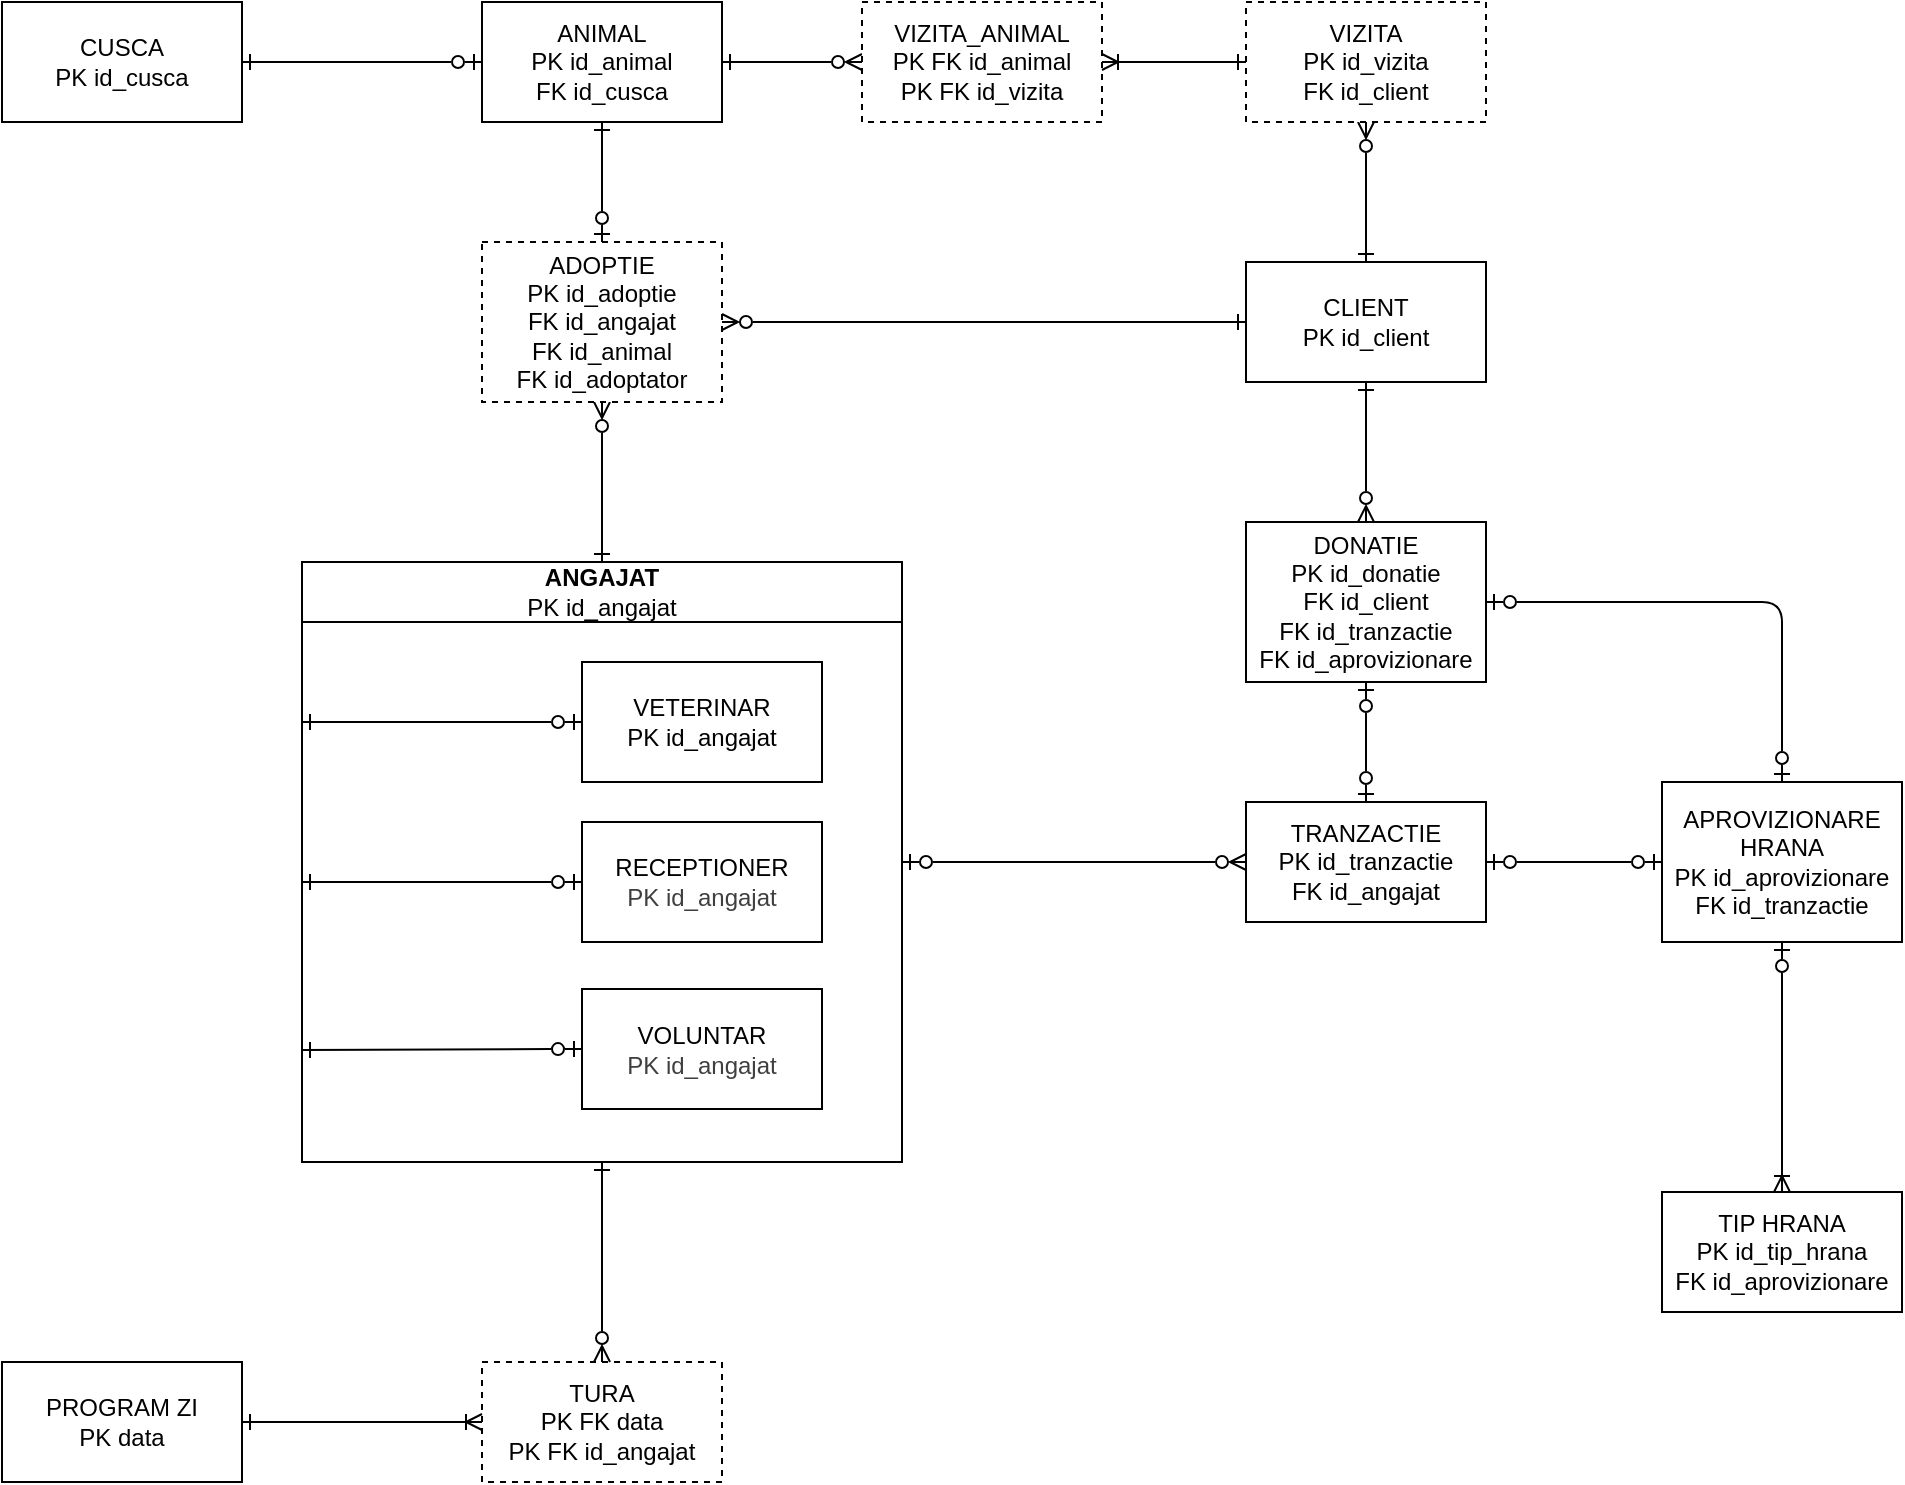
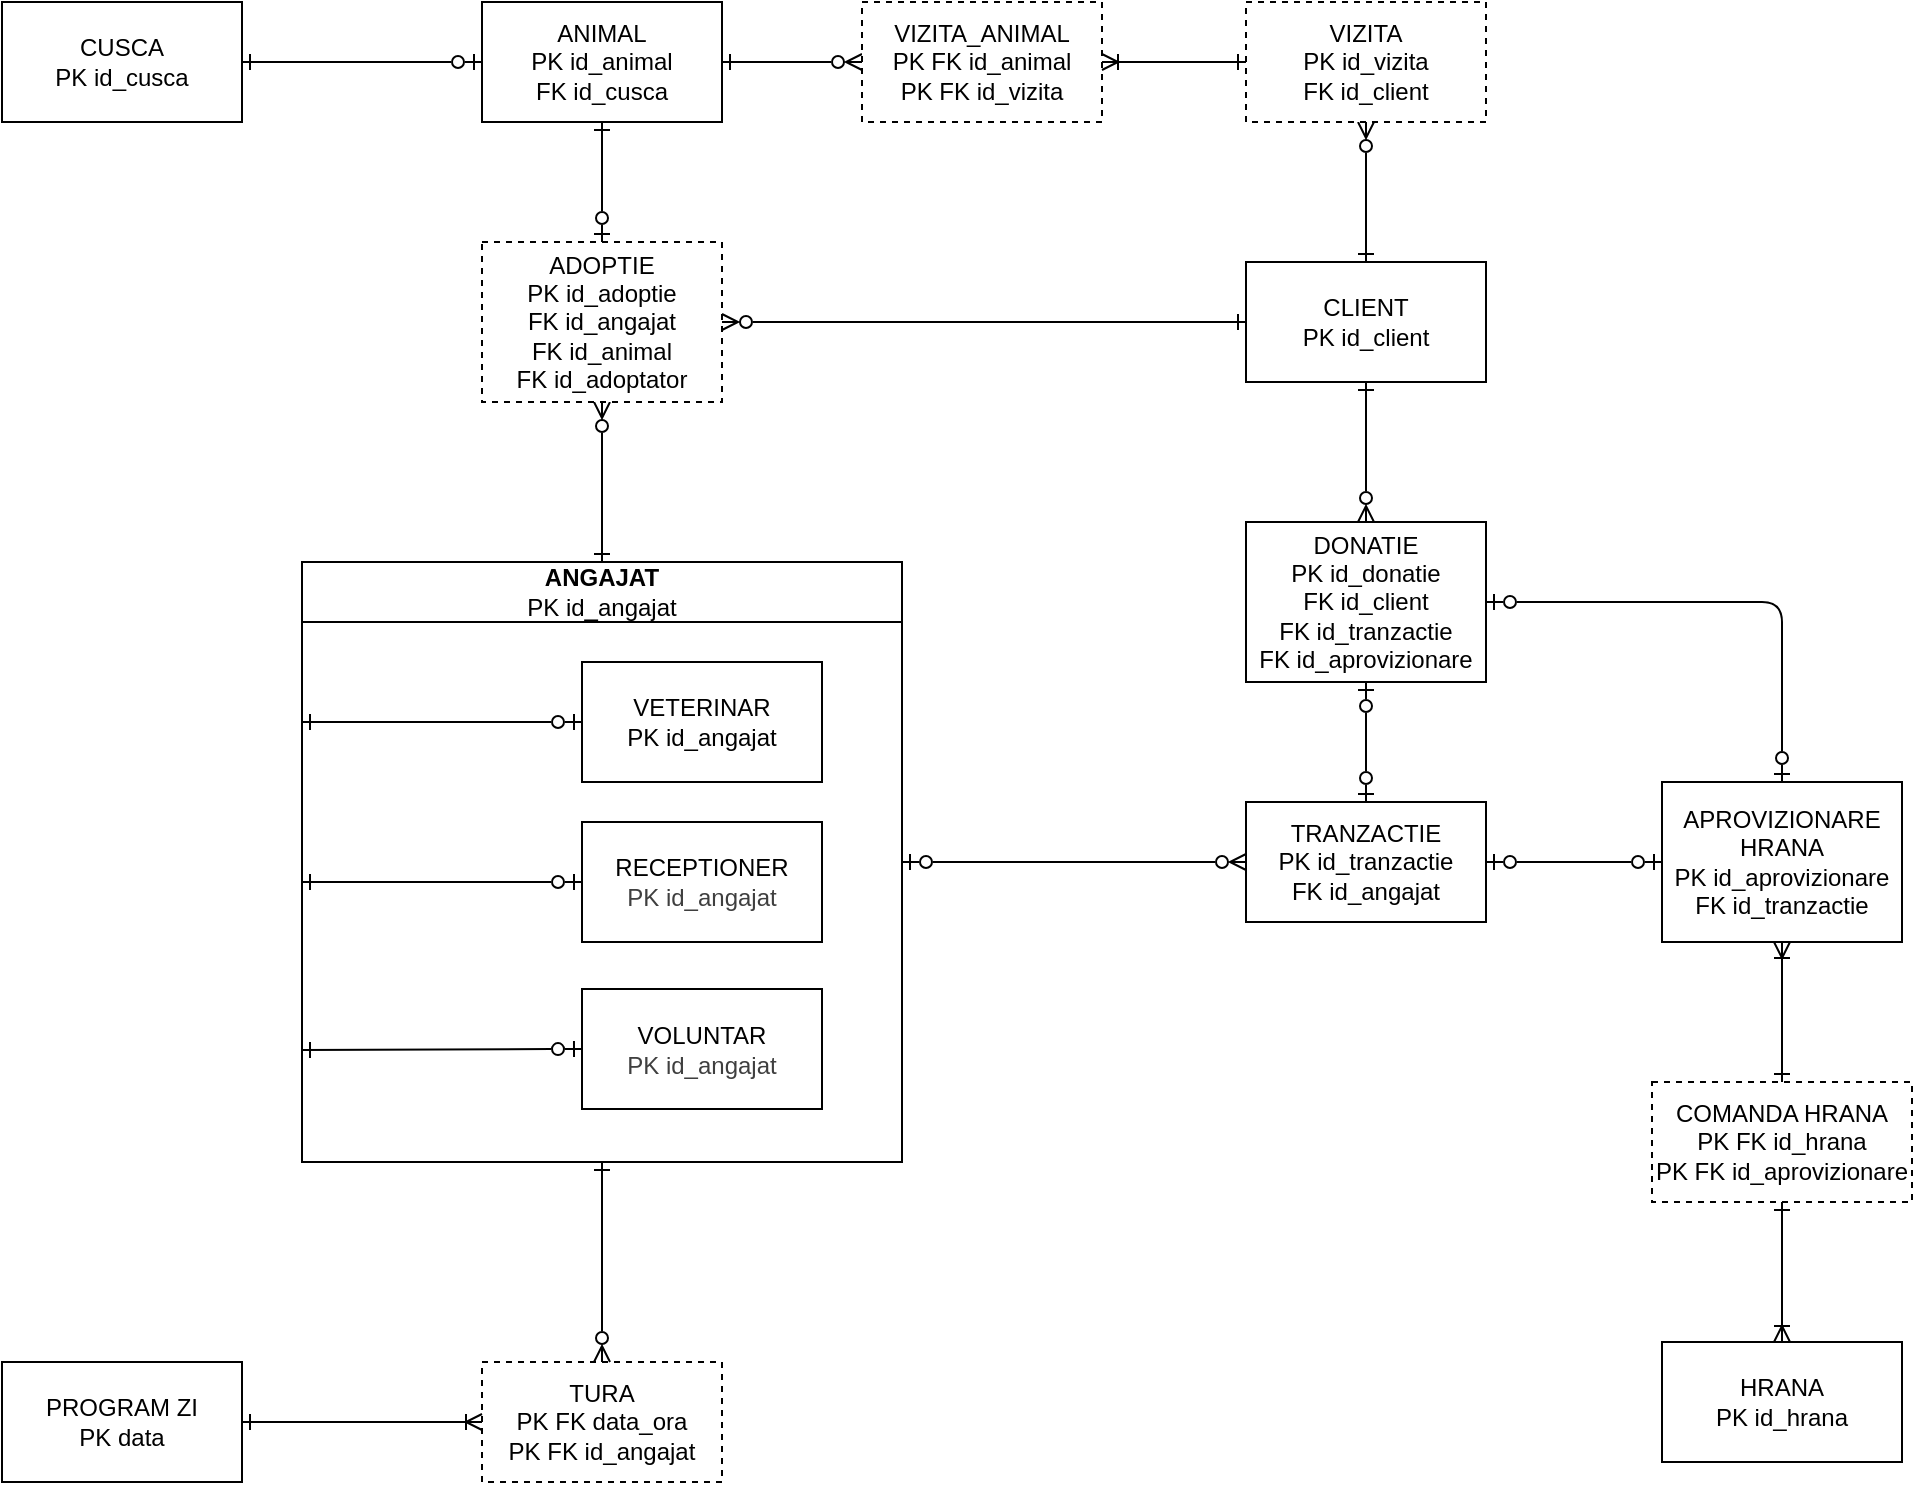
<mxfile host="65bd71144e">
    <diagram id="A1t5_ixmi6wKDEfljeF3" name="Page-1">
-         <mxGraphModel dx="766" dy="254" grid="1" gridSize="10" guides="1" tooltips="1" connect="1" arrows="1" fold="1" page="1" pageScale="1" pageWidth="1169" pageHeight="827" math="0" shadow="0">
+         <mxGraphModel dx="551" dy="410" grid="1" gridSize="10" guides="1" tooltips="1" connect="1" arrows="1" fold="1" page="1" pageScale="1" pageWidth="1169" pageHeight="827" math="0" shadow="0">
            <root>
                <mxCell id="0"/>
                <mxCell id="1" parent="0"/>
                <mxCell id="14" value="ANIMAL&lt;div&gt;PK id_animal&lt;/div&gt;&lt;div&gt;FK id_cusca&lt;/div&gt;" style="rounded=0;whiteSpace=wrap;html=1;" parent="1" vertex="1">
                    <mxGeometry x="440" y="60" width="120" height="60" as="geometry"/>
                </mxCell>
                <mxCell id="17" value="&lt;div&gt;&lt;font color=&quot;#000000&quot;&gt;CLIENT&lt;/font&gt;&lt;/div&gt;&lt;div&gt;PK id_client&lt;/div&gt;" style="rounded=0;whiteSpace=wrap;html=1;" parent="1" vertex="1">
                    <mxGeometry x="822" y="190" width="120" height="60" as="geometry"/>
                </mxCell>
                <mxCell id="41" value="" style="group" parent="1" vertex="1" connectable="0">
                    <mxGeometry x="350" y="340" width="300" height="300" as="geometry"/>
                </mxCell>
                <mxCell id="16" value="ANGAJAT&lt;div&gt;&lt;span style=&quot;font-weight: normal;&quot;&gt;PK id_angajat&lt;/span&gt;&lt;/div&gt;" style="swimlane;whiteSpace=wrap;html=1;container=0;startSize=30;" parent="41" vertex="1">
                    <mxGeometry width="300" height="300" as="geometry">
                        <mxRectangle x="280" y="160" width="90" height="30" as="alternateBounds"/>
                    </mxGeometry>
                </mxCell>
                <mxCell id="31" value="" style="endArrow=ERzeroToOne;html=1;entryX=0;entryY=0.5;entryDx=0;entryDy=0;endFill=0;startArrow=ERone;startFill=0;" parent="41" target="21" edge="1">
                    <mxGeometry relative="1" as="geometry">
                        <mxPoint y="244" as="sourcePoint"/>
                        <mxPoint x="170" y="130" as="targetPoint"/>
                    </mxGeometry>
                </mxCell>
                <mxCell id="35" value="" style="endArrow=ERzeroToOne;html=1;entryX=0;entryY=0.5;entryDx=0;entryDy=0;endFill=0;startArrow=ERone;startFill=0;" parent="41" target="19" edge="1">
                    <mxGeometry relative="1" as="geometry">
                        <mxPoint y="80" as="sourcePoint"/>
                        <mxPoint x="170" y="130" as="targetPoint"/>
                        <Array as="points">
                            <mxPoint y="80"/>
                        </Array>
                    </mxGeometry>
                </mxCell>
                <mxCell id="19" value="VETERINAR&lt;div&gt;PK id_angajat&lt;/div&gt;" style="rounded=0;whiteSpace=wrap;html=1;container=0;" parent="41" vertex="1">
                    <mxGeometry x="140" y="50" width="120" height="60" as="geometry"/>
                </mxCell>
                <mxCell id="20" value="RECEPTIONER&lt;div&gt;&lt;span style=&quot;color: rgb(63, 63, 63);&quot;&gt;PK id_angajat&lt;/span&gt;&lt;/div&gt;" style="rounded=0;whiteSpace=wrap;html=1;container=0;" parent="41" vertex="1">
                    <mxGeometry x="140" y="130" width="120" height="60" as="geometry"/>
                </mxCell>
                <mxCell id="21" value="VOLUNTAR&lt;div&gt;&lt;span style=&quot;color: rgb(63, 63, 63);&quot;&gt;PK id_angajat&lt;/span&gt;&lt;/div&gt;" style="rounded=0;whiteSpace=wrap;html=1;container=0;" parent="41" vertex="1">
                    <mxGeometry x="140" y="213.5" width="120" height="60" as="geometry"/>
                </mxCell>
                <mxCell id="27" value="" style="endArrow=ERzeroToOne;html=1;entryX=0;entryY=0.5;entryDx=0;entryDy=0;endFill=0;startArrow=ERone;startFill=0;" parent="41" target="20" edge="1">
                    <mxGeometry relative="1" as="geometry">
                        <mxPoint y="160" as="sourcePoint"/>
                        <mxPoint x="160" y="170" as="targetPoint"/>
                    </mxGeometry>
                </mxCell>
-                 <mxCell id="42" value="TURA&lt;div&gt;PK FK data&lt;/div&gt;&lt;div&gt;PK FK id_angajat&lt;/div&gt;" style="rounded=0;whiteSpace=wrap;html=1;dashed=1;" parent="1" vertex="1">
+                 <mxCell id="42" value="TURA&lt;div&gt;PK FK data_ora&lt;/div&gt;&lt;div&gt;PK FK id_angajat&lt;/div&gt;" style="rounded=0;whiteSpace=wrap;html=1;dashed=1;" parent="1" vertex="1">
                    <mxGeometry x="440" y="740" width="120" height="60" as="geometry"/>
                </mxCell>
                <mxCell id="44" value="CUSCA&lt;div&gt;PK id_cusca&lt;/div&gt;" style="rounded=0;whiteSpace=wrap;html=1;" parent="1" vertex="1">
                    <mxGeometry x="200" y="60" width="120" height="60" as="geometry"/>
                </mxCell>
                <mxCell id="45" value="" style="endArrow=ERzeroToMany;html=1;entryX=0.5;entryY=1;entryDx=0;entryDy=0;exitX=0.5;exitY=0;exitDx=0;exitDy=0;edgeStyle=orthogonalEdgeStyle;elbow=vertical;endFill=0;startArrow=ERone;startFill=0;" parent="1" source="16" target="91" edge="1">
                    <mxGeometry relative="1" as="geometry">
                        <mxPoint x="370" y="400" as="sourcePoint"/>
                        <mxPoint x="500" y="260" as="targetPoint"/>
                    </mxGeometry>
                </mxCell>
                <mxCell id="49" value="" style="endArrow=ERzeroToMany;html=1;entryX=0.5;entryY=0;entryDx=0;entryDy=0;exitX=0.5;exitY=1;exitDx=0;exitDy=0;endFill=0;startArrow=ERone;startFill=0;" parent="1" source="16" target="42" edge="1">
                    <mxGeometry relative="1" as="geometry">
                        <mxPoint x="90" y="524" as="sourcePoint"/>
                        <mxPoint x="250" y="524" as="targetPoint"/>
                    </mxGeometry>
                </mxCell>
                <mxCell id="54" value="" style="endArrow=ERone;html=1;exitX=1;exitY=0.5;exitDx=0;exitDy=0;entryX=0;entryY=0.5;entryDx=0;entryDy=0;endFill=0;startArrow=ERzeroToMany;startFill=0;" parent="1" source="91" target="17" edge="1">
                    <mxGeometry relative="1" as="geometry">
                        <mxPoint x="590" y="220" as="sourcePoint"/>
                        <mxPoint x="530" y="400" as="targetPoint"/>
                    </mxGeometry>
                </mxCell>
                <mxCell id="58" value="" style="endArrow=ERzeroToOne;html=1;exitX=0.5;exitY=1;exitDx=0;exitDy=0;entryX=0.5;entryY=0;entryDx=0;entryDy=0;endFill=0;startArrow=ERone;startFill=0;" parent="1" source="14" target="91" edge="1">
                    <mxGeometry relative="1" as="geometry">
                        <mxPoint x="370" y="400" as="sourcePoint"/>
                        <mxPoint x="500" y="180" as="targetPoint"/>
                    </mxGeometry>
                </mxCell>
                <mxCell id="62" value="" style="endArrow=ERzeroToOne;html=1;exitX=1;exitY=0.5;exitDx=0;exitDy=0;entryX=0;entryY=0.5;entryDx=0;entryDy=0;endFill=0;startArrow=ERone;startFill=0;" parent="1" source="44" target="14" edge="1">
                    <mxGeometry relative="1" as="geometry">
                        <mxPoint x="370" y="400" as="sourcePoint"/>
                        <mxPoint x="530" y="400" as="targetPoint"/>
                    </mxGeometry>
                </mxCell>
                <mxCell id="72" value="" style="endArrow=ERone;html=1;entryX=0.5;entryY=0;entryDx=0;entryDy=0;endFill=0;exitX=0.5;exitY=1;exitDx=0;exitDy=0;startArrow=ERzeroToMany;startFill=0;" parent="1" source="90" target="17" edge="1">
                    <mxGeometry relative="1" as="geometry">
                        <mxPoint x="1102" y="190" as="sourcePoint"/>
                        <mxPoint x="682" y="490" as="targetPoint"/>
                    </mxGeometry>
                </mxCell>
                <mxCell id="78" value="" style="endArrow=ERzeroToMany;html=1;exitX=1;exitY=0.5;exitDx=0;exitDy=0;endFill=0;entryX=0;entryY=0.5;entryDx=0;entryDy=0;startArrow=ERone;startFill=0;" parent="1" source="14" target="92" edge="1">
                    <mxGeometry relative="1" as="geometry">
                        <mxPoint x="670" y="89.55000000000001" as="sourcePoint"/>
                        <mxPoint x="900" y="100" as="targetPoint"/>
                        <Array as="points"/>
                    </mxGeometry>
                </mxCell>
                <mxCell id="83" value="PROGRAM ZI&lt;div&gt;PK data&lt;/div&gt;" style="rounded=0;whiteSpace=wrap;html=1;" parent="1" vertex="1">
                    <mxGeometry x="200" y="740" width="120" height="60" as="geometry"/>
                </mxCell>
                <mxCell id="84" value="" style="endArrow=ERoneToMany;html=1;exitX=1;exitY=0.5;exitDx=0;exitDy=0;entryX=0;entryY=0.5;entryDx=0;entryDy=0;endFill=0;startArrow=ERone;startFill=0;" parent="1" source="83" target="42" edge="1">
                    <mxGeometry relative="1" as="geometry">
                        <mxPoint x="440" y="710" as="sourcePoint"/>
                        <mxPoint x="600" y="710" as="targetPoint"/>
                    </mxGeometry>
                </mxCell>
                <mxCell id="90" value="VIZITA&lt;div&gt;PK id_vizita&lt;/div&gt;&lt;div&gt;FK id_client&lt;/div&gt;" style="rounded=0;whiteSpace=wrap;html=1;dashed=1;" parent="1" vertex="1">
                    <mxGeometry x="822" y="60" width="120" height="60" as="geometry"/>
                </mxCell>
                <mxCell id="91" value="ADOPTIE&lt;div&gt;PK id_adoptie&lt;/div&gt;&lt;div&gt;FK id_angajat&lt;/div&gt;&lt;div&gt;FK id_animal&lt;/div&gt;&lt;div&gt;FK id_adoptator&lt;/div&gt;" style="rounded=0;whiteSpace=wrap;html=1;dashed=1;" parent="1" vertex="1">
                    <mxGeometry x="440" y="180" width="120" height="80" as="geometry"/>
                </mxCell>
                <mxCell id="92" value="VIZITA_ANIMAL&lt;div&gt;PK FK id_animal&lt;/div&gt;&lt;div&gt;PK FK id_vizita&lt;/div&gt;" style="rounded=0;whiteSpace=wrap;html=1;dashed=1;" parent="1" vertex="1">
                    <mxGeometry x="630" y="60" width="120" height="60" as="geometry"/>
                </mxCell>
                <mxCell id="93" value="" style="endArrow=ERone;html=1;entryX=0;entryY=0.5;entryDx=0;entryDy=0;exitX=1;exitY=0.5;exitDx=0;exitDy=0;endFill=0;startArrow=ERoneToMany;startFill=0;" parent="1" source="92" target="90" edge="1">
                    <mxGeometry relative="1" as="geometry">
                        <mxPoint x="550" y="160" as="sourcePoint"/>
                        <mxPoint x="710" y="160" as="targetPoint"/>
                    </mxGeometry>
                </mxCell>
                <mxCell id="96" value="TRANZACTIE&lt;div&gt;PK id_tranzactie&lt;/div&gt;&lt;div&gt;FK id_angajat&lt;/div&gt;" style="rounded=0;whiteSpace=wrap;html=1;" parent="1" vertex="1">
                    <mxGeometry x="822" y="460" width="120" height="60" as="geometry"/>
                </mxCell>
                <mxCell id="97" value="" style="endArrow=ERzeroToMany;html=1;exitX=1;exitY=0.5;exitDx=0;exitDy=0;entryX=0;entryY=0.5;entryDx=0;entryDy=0;endFill=0;startArrow=ERzeroToOne;startFill=0;" parent="1" source="16" target="96" edge="1">
                    <mxGeometry relative="1" as="geometry">
                        <mxPoint x="699" y="535" as="sourcePoint"/>
                        <mxPoint x="809" y="275" as="targetPoint"/>
                    </mxGeometry>
                </mxCell>
                <mxCell id="101" value="DONATIE&lt;div&gt;PK id_donatie&lt;/div&gt;&lt;div&gt;FK id_client&lt;/div&gt;&lt;div&gt;FK id_tranzactie&lt;/div&gt;&lt;div&gt;FK id_aprovizionare&lt;/div&gt;" style="rounded=0;whiteSpace=wrap;html=1;" parent="1" vertex="1">
                    <mxGeometry x="822" y="320" width="120" height="80" as="geometry"/>
                </mxCell>
                <mxCell id="102" value="APROVIZIONARE&lt;div&gt;HRANA&lt;/div&gt;&lt;div&gt;PK id_aprovizionare&lt;/div&gt;&lt;div&gt;FK id_tranzactie&lt;/div&gt;" style="rounded=0;whiteSpace=wrap;html=1;" parent="1" vertex="1">
                    <mxGeometry x="1030" y="450" width="120" height="80" as="geometry"/>
                </mxCell>
-                 <mxCell id="103" value="TIP HRANA&lt;div&gt;PK id_tip_hrana&lt;/div&gt;&lt;div&gt;FK id_aprovizionare&lt;/div&gt;" style="rounded=0;whiteSpace=wrap;html=1;" parent="1" vertex="1">
-                     <mxGeometry x="1030" y="655" width="120" height="60" as="geometry"/>
+                 <mxCell id="103" value="COMANDA HRANA&lt;div&gt;PK FK id_hrana&lt;/div&gt;&lt;div&gt;PK FK id_aprovizionare&lt;/div&gt;" style="rounded=0;whiteSpace=wrap;html=1;dashed=1;" parent="1" vertex="1">
+                     <mxGeometry x="1025" y="600" width="130" height="60" as="geometry"/>
                </mxCell>
                <mxCell id="104" value="" style="endArrow=ERzeroToOne;html=1;exitX=0.5;exitY=1;exitDx=0;exitDy=0;endFill=0;startArrow=ERzeroToOne;startFill=0;entryX=0.5;entryY=0;entryDx=0;entryDy=0;" parent="1" source="101" target="96" edge="1">
                    <mxGeometry relative="1" as="geometry">
                        <mxPoint x="709" y="545" as="sourcePoint"/>
                        <mxPoint x="859" y="505" as="targetPoint"/>
                    </mxGeometry>
                </mxCell>
                <mxCell id="107" value="" style="endArrow=ERzeroToOne;html=1;exitX=1;exitY=0.5;exitDx=0;exitDy=0;entryX=0;entryY=0.5;entryDx=0;entryDy=0;endFill=0;startArrow=ERzeroToOne;startFill=0;" parent="1" source="96" target="102" edge="1">
                    <mxGeometry relative="1" as="geometry">
                        <mxPoint x="939" y="570" as="sourcePoint"/>
                        <mxPoint x="1039" y="570" as="targetPoint"/>
                    </mxGeometry>
                </mxCell>
-                 <mxCell id="111" value="" style="endArrow=ERoneToMany;html=1;entryX=0.5;entryY=0;entryDx=0;entryDy=0;endFill=0;exitX=0.5;exitY=1;exitDx=0;exitDy=0;startArrow=ERzeroToOne;startFill=0;" parent="1" source="102" target="103" edge="1">
+                 <mxCell id="111" value="" style="endArrow=ERone;html=1;entryX=0.5;entryY=0;entryDx=0;entryDy=0;endFill=0;exitX=0.5;exitY=1;exitDx=0;exitDy=0;startArrow=ERoneToMany;startFill=0;" parent="1" source="102" target="103" edge="1">
                    <mxGeometry relative="1" as="geometry">
                        <mxPoint x="1110" y="635" as="sourcePoint"/>
                        <mxPoint x="930" y="395" as="targetPoint"/>
                    </mxGeometry>
                </mxCell>
                <mxCell id="114" value="" style="endArrow=ERzeroToOne;html=1;exitX=1;exitY=0.5;exitDx=0;exitDy=0;entryX=0.5;entryY=0;entryDx=0;entryDy=0;endFill=0;startArrow=ERzeroToOne;startFill=0;" parent="1" source="101" target="102" edge="1">
                    <mxGeometry relative="1" as="geometry">
                        <mxPoint x="959" y="685" as="sourcePoint"/>
                        <mxPoint x="1089" y="685" as="targetPoint"/>
                        <Array as="points">
                            <mxPoint x="1090" y="360"/>
                        </Array>
                    </mxGeometry>
                </mxCell>
                <mxCell id="118" value="" style="endArrow=ERzeroToMany;html=1;entryX=0.5;entryY=0;entryDx=0;entryDy=0;endFill=0;exitX=0.5;exitY=1;exitDx=0;exitDy=0;startArrow=ERone;startFill=0;" parent="1" source="17" target="101" edge="1">
                    <mxGeometry relative="1" as="geometry">
                        <mxPoint x="859" y="295" as="sourcePoint"/>
                        <mxPoint x="869" y="245" as="targetPoint"/>
                    </mxGeometry>
                </mxCell>
+                 <mxCell id="119" value="HRANA&lt;div&gt;PK id_hrana&lt;/div&gt;" style="rounded=0;whiteSpace=wrap;html=1;" vertex="1" parent="1">
+                     <mxGeometry x="1030" y="730" width="120" height="60" as="geometry"/>
+                 </mxCell>
+                 <mxCell id="120" value="" style="endArrow=ERoneToMany;html=1;entryX=0.5;entryY=0;entryDx=0;entryDy=0;endFill=0;exitX=0.5;exitY=1;exitDx=0;exitDy=0;startArrow=ERone;startFill=0;" edge="1" parent="1" source="103" target="119">
+                     <mxGeometry relative="1" as="geometry">
+                         <mxPoint x="1100" y="540" as="sourcePoint"/>
+                         <mxPoint x="1100" y="630" as="targetPoint"/>
+                     </mxGeometry>
+                 </mxCell>
            </root>
        </mxGraphModel>
    </diagram>
</mxfile>